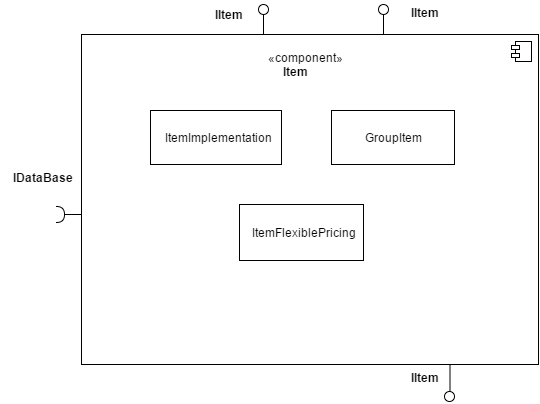
Earlier version of the draw.io export uml/Items.png (bobyfil/PTS_CourseProject). Source tidied: cells renumbered, new cells last; positions are measured from the earlier drawing's top-left corner, leaving out a move shared by most shapes.
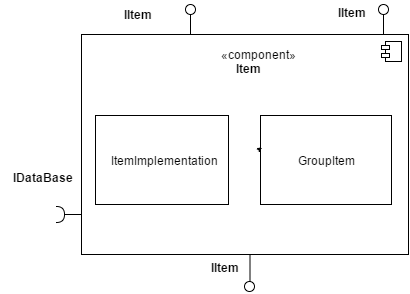
The same file after the commit.

Commit message:
Items UML

Change to the diagram source:
```diff
@@ -3,7 +3,7 @@
     <mxCell id="0" />
     <mxCell id="1" parent="0" />
     <mxCell id="2" style="html=1;" parent="1" vertex="1">
-      <mxGeometry x="80" y="33" width="457" height="330" as="geometry" />
+      <mxGeometry x="80" y="33" width="327" height="220" as="geometry" />
     </mxCell>
     <mxCell id="3" style="shape=component;jettyWidth=8;jettyHeight=4;" parent="2" vertex="1">
       <mxGeometry x="1" width="20" height="20" relative="1" as="geometry">
@@ -11,22 +11,22 @@
       </mxGeometry>
     </mxCell>
     <mxCell id="4" value="ItemImplementation" style="html=1;" parent="2" vertex="1">
-      <mxGeometry x="69" y="76" width="131" height="54" as="geometry" />
+      <mxGeometry x="14" y="81" width="133" height="89" as="geometry" />
     </mxCell>
     <mxCell id="5" value="GroupItem" style="html=1;" parent="2" vertex="1">
-      <mxGeometry x="250" y="76" width="123" height="54" as="geometry" />
+      <mxGeometry x="179" y="81" width="131" height="89" as="geometry" />
     </mxCell>
-    <mxCell id="6" value="ItemFlexiblePricing" style="html=1;" parent="2" vertex="1">
-      <mxGeometry x="158" y="170" width="124" height="56" as="geometry" />
-    </mxCell>
-    <mxCell id="7" style="edgeStyle=orthogonalEdgeStyle;rounded=0;html=1;exitX=0.75;exitY=0;entryX=0.75;entryY=0;jettySize=auto;orthogonalLoop=1;fillColor=#000000;" parent="2" edge="1" source="6" target="6">
-      <mxGeometry relative="1" as="geometry" />
+    <mxCell id="7" style="edgeStyle=orthogonalEdgeStyle;rounded=0;html=1;exitX=0.75;exitY=0;entryX=0.75;entryY=0;jettySize=auto;orthogonalLoop=1;fillColor=#000000;" parent="2" edge="1">
+      <mxGeometry relative="1" as="geometry">
+        <mxPoint x="179.6" y="113.3" as="sourcePoint" />
+        <mxPoint x="179.6" y="113.3" as="targetPoint" />
+      </mxGeometry>
     </mxCell>
     <mxCell id="8" value="&lt;span&gt;&amp;nbsp; &amp;nbsp; &amp;nbsp; &amp;nbsp;«component»&lt;/span&gt;&lt;div style=&quot;text-align: center&quot;&gt;&lt;span&gt;&lt;b&gt;Item&lt;/b&gt;&lt;/span&gt;&lt;/div&gt;" style="text;html=1;" parent="2" vertex="1">
-      <mxGeometry x="164" y="10" width="130" height="45" as="geometry" />
+      <mxGeometry x="117.3" y="6.7" width="93" height="30" as="geometry" />
     </mxCell>
     <mxCell id="9" style="shape=lollipop;direction=south;html=1;rotation=-90;" parent="1" vertex="1">
-      <mxGeometry x="247" y="13" width="30" height="10" as="geometry" />
+      <mxGeometry x="174" y="13" width="30" height="10" as="geometry" />
     </mxCell>
     <mxCell id="10" style="shape=lollipop;direction=south;html=1;rotation=-90;" parent="1" vertex="1">
       <mxGeometry x="367" y="13" width="30" height="10" as="geometry" />
@@ -35,7 +35,7 @@
       <mxGeometry x="50" y="203" width="30" height="20" as="geometry" />
     </mxCell>
     <mxCell id="12" style="shape=lollipop;direction=south;html=1;rotation=90;" parent="1" vertex="1">
-      <mxGeometry x="430" y="377" width="37" height="10" as="geometry" />
+      <mxGeometry x="230" y="267" width="37" height="10" as="geometry" />
     </mxCell>
     <mxCell id="13" style="edgeStyle=orthogonalEdgeStyle;rounded=0;html=1;exitX=0.5;exitY=1;exitPerimeter=0;entryX=0.5;entryY=1;entryPerimeter=0;jettySize=auto;orthogonalLoop=1;" parent="1" edge="1" source="12" target="12">
       <mxGeometry relative="1" as="geometry" />
@@ -44,13 +44,13 @@
       <mxGeometry y="163" width="80" height="26" as="geometry" />
     </mxCell>
     <mxCell id="15" value="IItem" style="text;html=1;align=center;fontStyle=1;verticalAlign=middle;spacingLeft=3;spacingRight=3;strokeColor=none;" parent="1" vertex="1">
-      <mxGeometry x="187" width="80" height="26" as="geometry" />
+      <mxGeometry x="96" width="80" height="26" as="geometry" />
     </mxCell>
     <mxCell id="16" value="IItem&lt;div&gt;&lt;br&gt;&lt;/div&gt;" style="text;html=1;align=center;fontStyle=1;verticalAlign=middle;spacingLeft=3;spacingRight=3;strokeColor=none;" parent="1" vertex="1">
-      <mxGeometry x="383" y="5" width="80" height="26" as="geometry" />
+      <mxGeometry x="310" y="5" width="80" height="26" as="geometry" />
     </mxCell>
     <mxCell id="17" value="IItem" style="text;html=1;align=center;fontStyle=1;verticalAlign=middle;spacingLeft=3;spacingRight=3;strokeColor=none;" parent="1" vertex="1">
-      <mxGeometry x="383" y="363" width="80" height="26" as="geometry" />
+      <mxGeometry x="183" y="253" width="80" height="26" as="geometry" />
     </mxCell>
   </root>
 </mxGraphModel>
```
